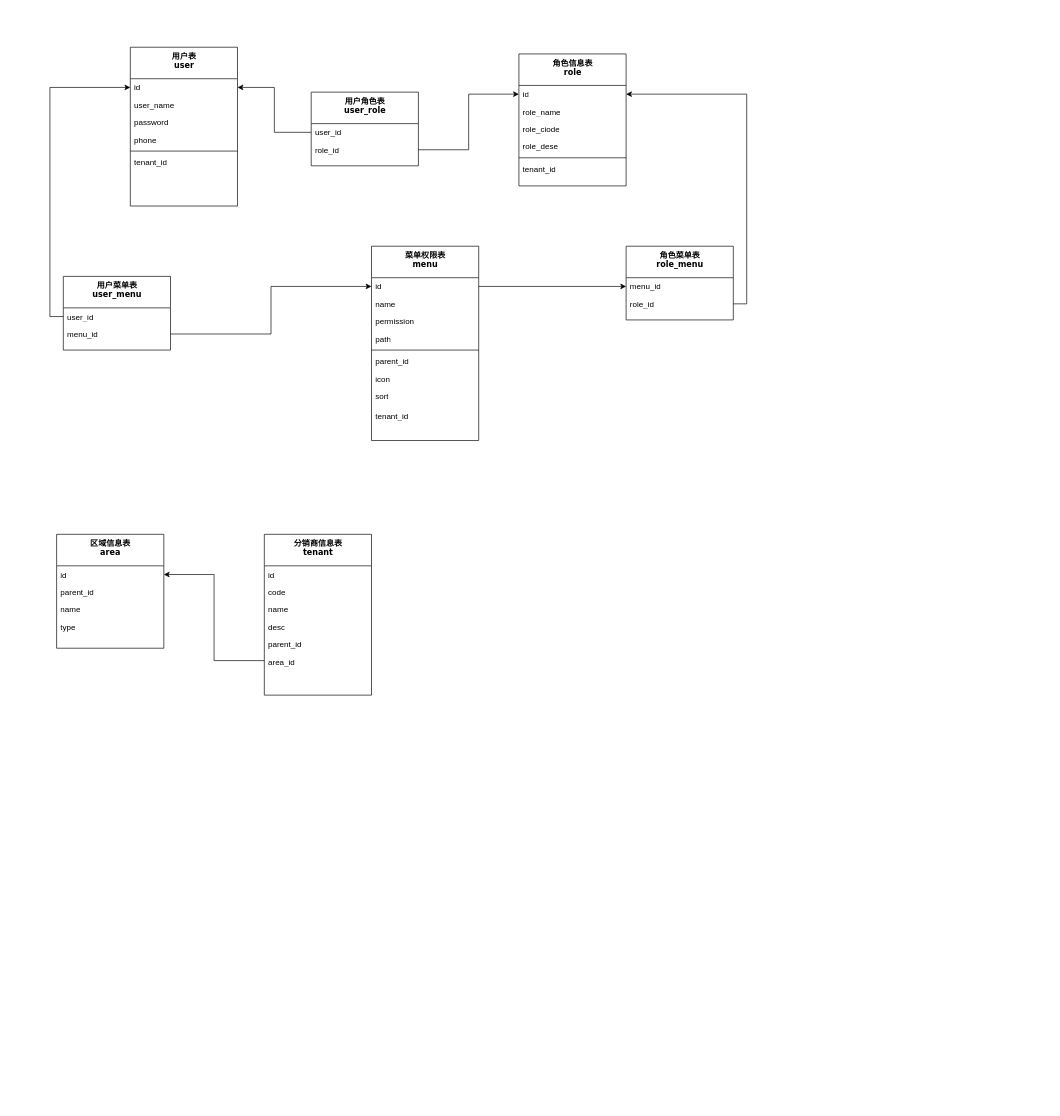
Before: iot_v1.drawio in hypnosis01/draw-mes, a draw.io diagram. Source tidied: cells renumbered, new cells numbered last; positions are measured from the earlier drawing's top-left corner, leaving out a move shared by most shapes. Both pictures are drawn from the tidied source at 67%, with x=0, y=0 at pixel (56, 47).
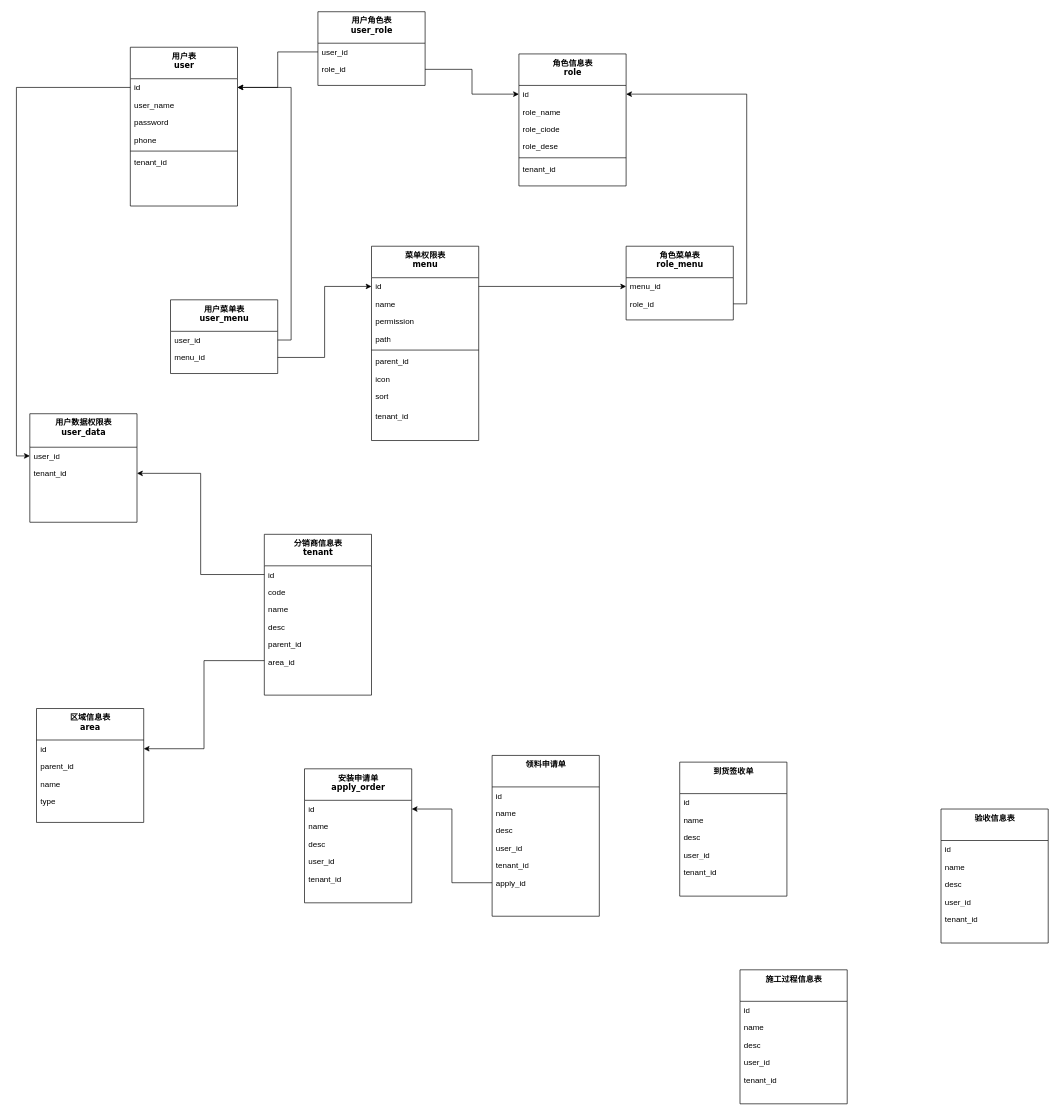
The same diagram, later.

Unchanged cells that the change refers to:
```xml
<mxCell id="3" value="id" style="text;html=1;strokeColor=none;fillColor=none;align=left;verticalAlign=top;spacingLeft=4;spacingRight=4;whiteSpace=wrap;overflow=hidden;points=[[0,0.5],[1,0.5]];portConstraint=eastwest;" parent="2" vertex="1">
  <mxGeometry y="47" width="160" height="26" as="geometry" />
</mxCell>
<mxCell id="37" value="user_id" style="text;html=1;strokeColor=none;fillColor=none;align=left;verticalAlign=top;spacingLeft=4;spacingRight=4;whiteSpace=wrap;overflow=hidden;points=[[0,0.5],[1,0.5]];portConstraint=eastwest;" parent="36" vertex="1">
  <mxGeometry y="47" width="160" height="26" as="geometry" />
</mxCell>
<mxCell id="47" value="id" style="text;html=1;strokeColor=none;fillColor=none;align=left;verticalAlign=top;spacingLeft=4;spacingRight=4;whiteSpace=wrap;overflow=hidden;points=[[0,0.5],[1,0.5]];portConstraint=eastwest;" parent="46" vertex="1">
  <mxGeometry y="47" width="160" height="26" as="geometry" />
</mxCell>
```

What changed in the source:
```diff
@@
     <mxCell id="16" value="用户角色表&lt;br&gt;user_role" style="swimlane;html=1;fontStyle=1;align=center;verticalAlign=top;horizontal=1;startSize=47;swimlaneFillColor=#ffffff;rounded=0;shadow=0;comic=0;labelBackgroundColor=none;strokeWidth=1;fillColor=none;fontFamily=Verdana;fontSize=12;" parent="1" vertex="1">
-      <mxGeometry x="380" y="67" width="160" height="110" as="geometry" />
+      <mxGeometry x="390" y="-53" width="160" height="110" as="geometry" />
     </mxCell>
@@
     <mxCell id="36" value="用户菜单表&lt;br&gt;user_menu" style="swimlane;html=1;fontStyle=1;align=center;verticalAlign=top;horizontal=1;startSize=47;swimlaneFillColor=#ffffff;rounded=0;shadow=0;comic=0;labelBackgroundColor=none;strokeWidth=1;fillColor=none;fontFamily=Verdana;fontSize=12;" parent="1" vertex="1">
-      <mxGeometry x="10" y="342" width="160" height="110" as="geometry" />
+      <mxGeometry x="170" y="377" width="160" height="110" as="geometry" />
     </mxCell>
@@
-    <mxCell id="39" style="edgeStyle=orthogonalEdgeStyle;rounded=0;jettySize=auto;html=1;exitX=0;exitY=0.5;exitDx=0;exitDy=0;entryX=0;entryY=0.5;entryDx=0;entryDy=0;" parent="1" edge="1" source="37" target="3">
-      <mxGeometry relative="1" as="geometry" />
-    </mxCell>
@@
     <mxCell id="41" value="区域信息表&lt;br&gt;area" style="swimlane;html=1;fontStyle=1;align=center;verticalAlign=top;horizontal=1;startSize=47;swimlaneFillColor=#ffffff;rounded=0;shadow=0;comic=0;labelBackgroundColor=none;strokeWidth=1;fillColor=none;fontFamily=Verdana;fontSize=12;" parent="1" vertex="1">
-      <mxGeometry y="727" width="160" height="170" as="geometry" />
+      <mxGeometry x="-30" y="987" width="160" height="170" as="geometry" />
     </mxCell>
@@
+    <mxCell id="54" value="安装申请单&lt;br&gt;apply_order" style="swimlane;html=1;fontStyle=1;align=center;verticalAlign=top;horizontal=1;startSize=47;swimlaneFillColor=#ffffff;rounded=0;shadow=0;comic=0;labelBackgroundColor=none;strokeWidth=1;fillColor=none;fontFamily=Verdana;fontSize=12;" parent="1" vertex="1">
+      <mxGeometry x="370" y="1077" width="160" height="200" as="geometry" />
+    </mxCell>
+    <mxCell id="55" value="id" style="text;html=1;strokeColor=none;fillColor=none;align=left;verticalAlign=top;spacingLeft=4;spacingRight=4;whiteSpace=wrap;overflow=hidden;points=[[0,0.5],[1,0.5]];portConstraint=eastwest;" parent="54" vertex="1">
+      <mxGeometry y="47" width="160" height="26" as="geometry" />
+    </mxCell>
+    <mxCell id="56" value="name" style="text;html=1;strokeColor=none;fillColor=none;align=left;verticalAlign=top;spacingLeft=4;spacingRight=4;whiteSpace=wrap;overflow=hidden;" parent="54" vertex="1">
+      <mxGeometry y="73" width="160" height="26" as="geometry" />
+    </mxCell>
+    <mxCell id="57" value="desc" style="text;html=1;strokeColor=none;fillColor=none;align=left;verticalAlign=top;spacingLeft=4;spacingRight=4;whiteSpace=wrap;overflow=hidden;" parent="54" vertex="1">
+      <mxGeometry y="99" width="160" height="26" as="geometry" />
+    </mxCell>
+    <mxCell id="58" value="user_id" style="text;html=1;strokeColor=none;fillColor=none;align=left;verticalAlign=top;spacingLeft=4;spacingRight=4;whiteSpace=wrap;overflow=hidden;" parent="54" vertex="1">
+      <mxGeometry y="125" width="160" height="26" as="geometry" />
+    </mxCell>
+    <mxCell id="59" value="tenant_id" style="text;html=1;strokeColor=none;fillColor=none;align=left;verticalAlign=top;spacingLeft=4;spacingRight=4;whiteSpace=wrap;overflow=hidden;" parent="54" vertex="1">
+      <mxGeometry y="151" width="160" height="26" as="geometry" />
+    </mxCell>
+    <mxCell id="39" style="edgeStyle=orthogonalEdgeStyle;rounded=0;jettySize=auto;html=1;exitX=1;exitY=0.5;exitDx=0;exitDy=0;entryX=1;entryY=0.5;entryDx=0;entryDy=0;" parent="1" edge="1" source="37" target="3">
+      <mxGeometry relative="1" as="geometry" />
+    </mxCell>
+    <mxCell id="60" value="用户数据权限表&lt;br&gt;user_data" style="swimlane;html=1;fontStyle=1;align=center;verticalAlign=top;horizontal=1;startSize=50;swimlaneFillColor=#ffffff;rounded=0;shadow=0;comic=0;labelBackgroundColor=none;strokeWidth=1;fillColor=none;fontFamily=Verdana;fontSize=12;" parent="1" vertex="1">
+      <mxGeometry x="-40" y="547" width="160" height="162" as="geometry" />
+    </mxCell>
+    <mxCell id="61" value="user_id" style="text;html=1;strokeColor=none;fillColor=none;align=left;verticalAlign=top;spacingLeft=4;spacingRight=4;whiteSpace=wrap;overflow=hidden;points=[[0,0.5],[1,0.5]];portConstraint=eastwest;" parent="60" vertex="1">
+      <mxGeometry y="50" width="160" height="26" as="geometry" />
+    </mxCell>
+    <mxCell id="62" value="tenant_id" style="text;html=1;strokeColor=none;fillColor=none;align=left;verticalAlign=top;spacingLeft=4;spacingRight=4;whiteSpace=wrap;overflow=hidden;points=[[0,0.5],[1,0.5]];portConstraint=eastwest;" parent="60" vertex="1">
+      <mxGeometry y="76" width="160" height="26" as="geometry" />
+    </mxCell>
+    <mxCell id="63" style="edgeStyle=orthogonalEdgeStyle;rounded=0;jettySize=auto;html=1;exitX=0;exitY=0.5;exitDx=0;exitDy=0;entryX=1;entryY=0.5;entryDx=0;entryDy=0;" parent="1" edge="1" source="47" target="62">
+      <mxGeometry relative="1" as="geometry" />
+    </mxCell>
+    <mxCell id="64" style="edgeStyle=orthogonalEdgeStyle;rounded=0;jettySize=auto;html=1;exitX=0;exitY=0.5;exitDx=0;exitDy=0;entryX=0;entryY=0.5;entryDx=0;entryDy=0;" parent="1" edge="1" source="3" target="61">
+      <mxGeometry relative="1" as="geometry" />
+    </mxCell>
+    <mxCell id="65" value="领料申请单" style="swimlane;html=1;fontStyle=1;align=center;verticalAlign=top;horizontal=1;startSize=47;swimlaneFillColor=#ffffff;rounded=0;shadow=0;comic=0;labelBackgroundColor=none;strokeWidth=1;fillColor=none;fontFamily=Verdana;fontSize=12;" parent="1" vertex="1">
+      <mxGeometry x="650" y="1057" width="160" height="240" as="geometry" />
+    </mxCell>
+    <mxCell id="66" value="id" style="text;html=1;strokeColor=none;fillColor=none;align=left;verticalAlign=top;spacingLeft=4;spacingRight=4;whiteSpace=wrap;overflow=hidden;" parent="65" vertex="1">
+      <mxGeometry y="47" width="160" height="26" as="geometry" />
+    </mxCell>
+    <mxCell id="67" value="name" style="text;html=1;strokeColor=none;fillColor=none;align=left;verticalAlign=top;spacingLeft=4;spacingRight=4;whiteSpace=wrap;overflow=hidden;" parent="65" vertex="1">
+      <mxGeometry y="73" width="160" height="26" as="geometry" />
+    </mxCell>
+    <mxCell id="68" value="desc" style="text;html=1;strokeColor=none;fillColor=none;align=left;verticalAlign=top;spacingLeft=4;spacingRight=4;whiteSpace=wrap;overflow=hidden;" parent="65" vertex="1">
+      <mxGeometry y="99" width="160" height="26" as="geometry" />
+    </mxCell>
+    <mxCell id="69" value="user_id" style="text;html=1;strokeColor=none;fillColor=none;align=left;verticalAlign=top;spacingLeft=4;spacingRight=4;whiteSpace=wrap;overflow=hidden;" parent="65" vertex="1">
+      <mxGeometry y="125" width="160" height="26" as="geometry" />
+    </mxCell>
+    <mxCell id="70" value="tenant_id" style="text;html=1;strokeColor=none;fillColor=none;align=left;verticalAlign=top;spacingLeft=4;spacingRight=4;whiteSpace=wrap;overflow=hidden;" parent="65" vertex="1">
+      <mxGeometry y="151" width="160" height="26" as="geometry" />
+    </mxCell>
+    <mxCell id="71" value="apply_id" style="text;html=1;strokeColor=none;fillColor=none;align=left;verticalAlign=top;spacingLeft=4;spacingRight=4;whiteSpace=wrap;overflow=hidden;points=[[0,0.5],[1,0.5]];portConstraint=eastwest;" parent="65" vertex="1">
+      <mxGeometry y="177" width="160" height="26" as="geometry" />
+    </mxCell>
+    <mxCell id="72" value="到货签收单" style="swimlane;html=1;fontStyle=1;align=center;verticalAlign=top;horizontal=1;startSize=47;swimlaneFillColor=#ffffff;rounded=0;shadow=0;comic=0;labelBackgroundColor=none;strokeWidth=1;fillColor=none;fontFamily=Verdana;fontSize=12;" parent="1" vertex="1">
+      <mxGeometry x="930" y="1067" width="160" height="200" as="geometry" />
+    </mxCell>
+    <mxCell id="73" value="id" style="text;html=1;strokeColor=none;fillColor=none;align=left;verticalAlign=top;spacingLeft=4;spacingRight=4;whiteSpace=wrap;overflow=hidden;" parent="72" vertex="1">
+      <mxGeometry y="47" width="160" height="26" as="geometry" />
+    </mxCell>
+    <mxCell id="74" value="name" style="text;html=1;strokeColor=none;fillColor=none;align=left;verticalAlign=top;spacingLeft=4;spacingRight=4;whiteSpace=wrap;overflow=hidden;" parent="72" vertex="1">
+      <mxGeometry y="73" width="160" height="26" as="geometry" />
+    </mxCell>
+    <mxCell id="75" value="desc" style="text;html=1;strokeColor=none;fillColor=none;align=left;verticalAlign=top;spacingLeft=4;spacingRight=4;whiteSpace=wrap;overflow=hidden;" parent="72" vertex="1">
+      <mxGeometry y="99" width="160" height="26" as="geometry" />
+    </mxCell>
+    <mxCell id="76" value="user_id" style="text;html=1;strokeColor=none;fillColor=none;align=left;verticalAlign=top;spacingLeft=4;spacingRight=4;whiteSpace=wrap;overflow=hidden;" parent="72" vertex="1">
+      <mxGeometry y="125" width="160" height="26" as="geometry" />
+    </mxCell>
+    <mxCell id="77" value="tenant_id" style="text;html=1;strokeColor=none;fillColor=none;align=left;verticalAlign=top;spacingLeft=4;spacingRight=4;whiteSpace=wrap;overflow=hidden;" parent="72" vertex="1">
+      <mxGeometry y="151" width="160" height="26" as="geometry" />
+    </mxCell>
+    <mxCell id="78" value="施工过程信息表" style="swimlane;html=1;fontStyle=1;align=center;verticalAlign=top;horizontal=1;startSize=47;swimlaneFillColor=#ffffff;rounded=0;shadow=0;comic=0;labelBackgroundColor=none;strokeWidth=1;fillColor=none;fontFamily=Verdana;fontSize=12;" parent="1" vertex="1">
+      <mxGeometry x="1020" y="1377" width="160" height="200" as="geometry" />
+    </mxCell>
+    <mxCell id="79" value="id" style="text;html=1;strokeColor=none;fillColor=none;align=left;verticalAlign=top;spacingLeft=4;spacingRight=4;whiteSpace=wrap;overflow=hidden;" parent="78" vertex="1">
+      <mxGeometry y="47" width="160" height="26" as="geometry" />
+    </mxCell>
+    <mxCell id="80" value="name" style="text;html=1;strokeColor=none;fillColor=none;align=left;verticalAlign=top;spacingLeft=4;spacingRight=4;whiteSpace=wrap;overflow=hidden;" parent="78" vertex="1">
+      <mxGeometry y="73" width="160" height="26" as="geometry" />
+    </mxCell>
+    <mxCell id="81" value="desc" style="text;html=1;strokeColor=none;fillColor=none;align=left;verticalAlign=top;spacingLeft=4;spacingRight=4;whiteSpace=wrap;overflow=hidden;" parent="78" vertex="1">
+      <mxGeometry y="99" width="160" height="26" as="geometry" />
+    </mxCell>
+    <mxCell id="82" value="user_id" style="text;html=1;strokeColor=none;fillColor=none;align=left;verticalAlign=top;spacingLeft=4;spacingRight=4;whiteSpace=wrap;overflow=hidden;" parent="78" vertex="1">
+      <mxGeometry y="125" width="160" height="26" as="geometry" />
+    </mxCell>
+    <mxCell id="83" value="tenant_id" style="text;html=1;strokeColor=none;fillColor=none;align=left;verticalAlign=top;spacingLeft=4;spacingRight=4;whiteSpace=wrap;overflow=hidden;" parent="78" vertex="1">
+      <mxGeometry y="151" width="160" height="26" as="geometry" />
+    </mxCell>
+    <mxCell id="84" value="验收信息表" style="swimlane;html=1;fontStyle=1;align=center;verticalAlign=top;horizontal=1;startSize=47;swimlaneFillColor=#ffffff;rounded=0;shadow=0;comic=0;labelBackgroundColor=none;strokeWidth=1;fillColor=none;fontFamily=Verdana;fontSize=12;" parent="1" vertex="1">
+      <mxGeometry x="1320" y="1137" width="160" height="200" as="geometry" />
+    </mxCell>
+    <mxCell id="85" value="id" style="text;html=1;strokeColor=none;fillColor=none;align=left;verticalAlign=top;spacingLeft=4;spacingRight=4;whiteSpace=wrap;overflow=hidden;" parent="84" vertex="1">
+      <mxGeometry y="47" width="160" height="26" as="geometry" />
+    </mxCell>
+    <mxCell id="86" value="name" style="text;html=1;strokeColor=none;fillColor=none;align=left;verticalAlign=top;spacingLeft=4;spacingRight=4;whiteSpace=wrap;overflow=hidden;" parent="84" vertex="1">
+      <mxGeometry y="73" width="160" height="26" as="geometry" />
+    </mxCell>
+    <mxCell id="87" value="desc" style="text;html=1;strokeColor=none;fillColor=none;align=left;verticalAlign=top;spacingLeft=4;spacingRight=4;whiteSpace=wrap;overflow=hidden;" parent="84" vertex="1">
+      <mxGeometry y="99" width="160" height="26" as="geometry" />
+    </mxCell>
+    <mxCell id="88" value="user_id" style="text;html=1;strokeColor=none;fillColor=none;align=left;verticalAlign=top;spacingLeft=4;spacingRight=4;whiteSpace=wrap;overflow=hidden;" parent="84" vertex="1">
+      <mxGeometry y="125" width="160" height="26" as="geometry" />
+    </mxCell>
+    <mxCell id="89" value="tenant_id" style="text;html=1;strokeColor=none;fillColor=none;align=left;verticalAlign=top;spacingLeft=4;spacingRight=4;whiteSpace=wrap;overflow=hidden;" parent="84" vertex="1">
+      <mxGeometry y="151" width="160" height="26" as="geometry" />
+    </mxCell>
+    <mxCell id="90" style="edgeStyle=orthogonalEdgeStyle;rounded=0;jettySize=auto;html=1;exitX=0;exitY=0.5;exitDx=0;exitDy=0;entryX=1;entryY=0.5;entryDx=0;entryDy=0;" parent="1" edge="1" source="71" target="55">
+      <mxGeometry relative="1" as="geometry" />
+    </mxCell>
```
